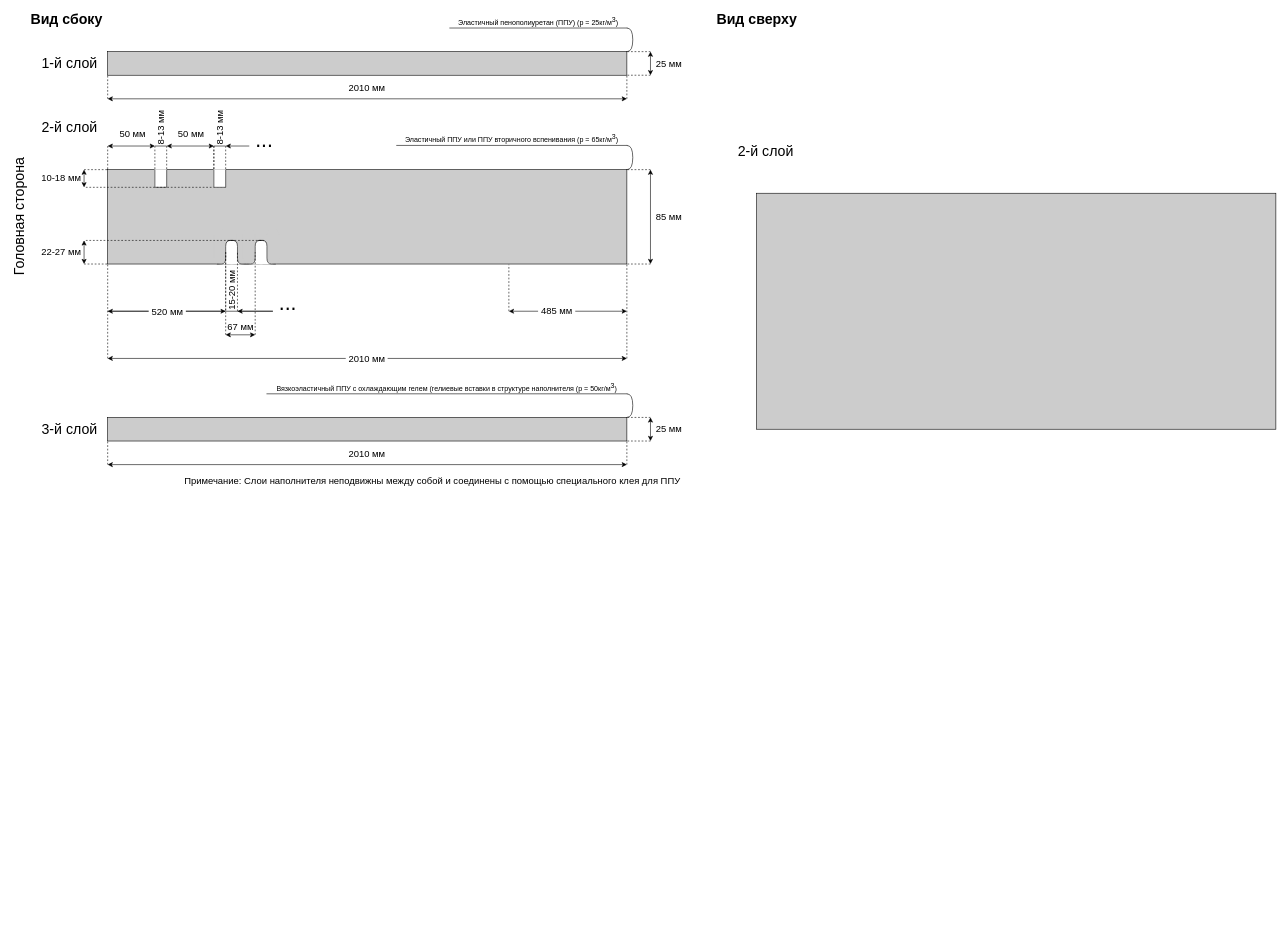
Earlier version of the draw.io diagram matras1.drawio (DMfananddu/Computing-Facilities-AIPCS). Source tidied: cells renumbered, new cells numbered last; positions are measured from the earlier drawing's top-left corner, leaving out a move shared by most shapes. Both pictures are drawn from the tidied source at 59%, with x=0, y=0 at pixel (-46, 10).
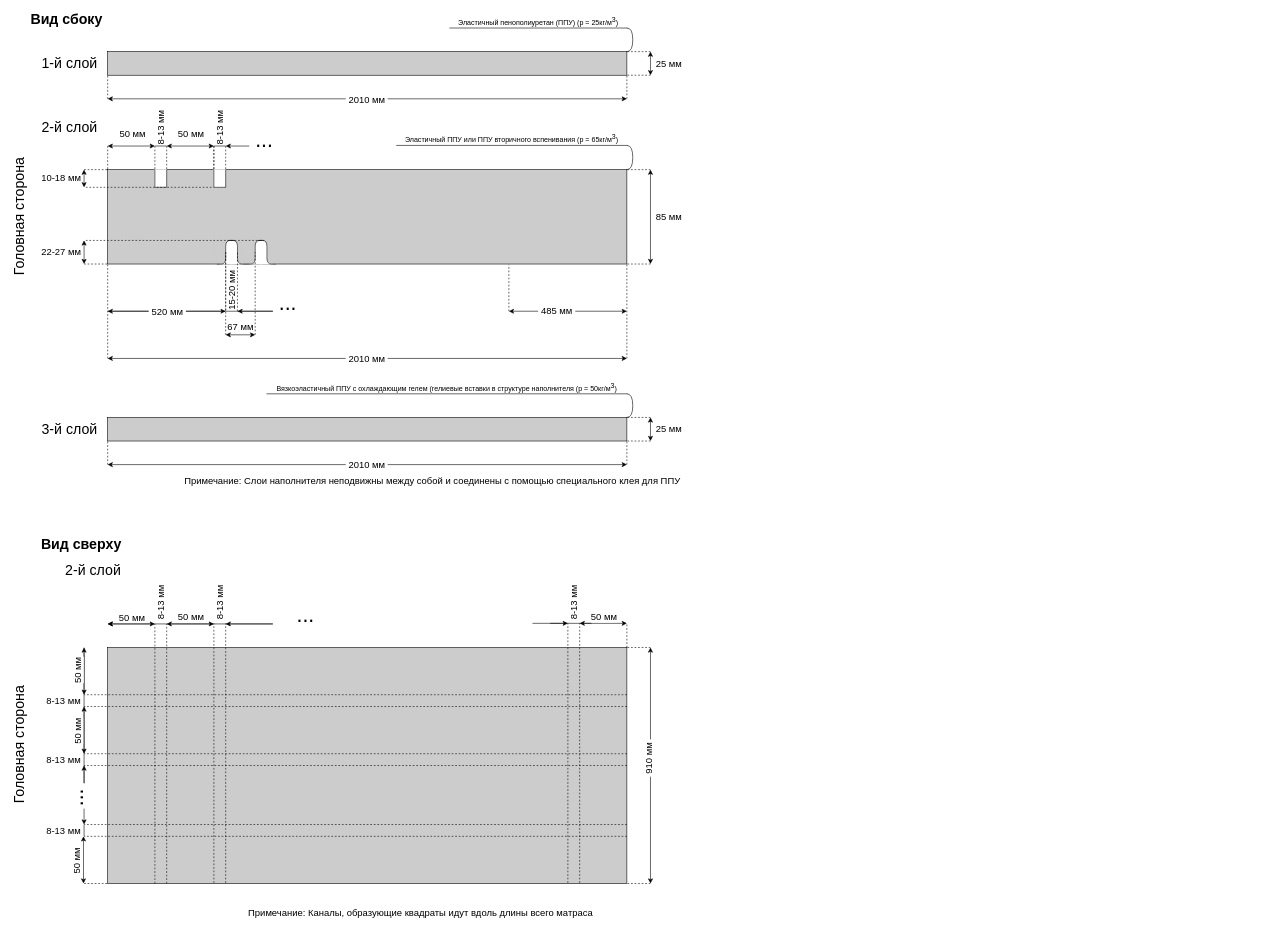
The same page after the edit.

The change refers to these unchanged cells:
```xml
<mxCell id="15" style="endArrow=classic;startArrow=classic;html=1;fontSize=12;" parent="1" edge="1">
  <mxGeometry relative="1" as="geometry">
    <mxPoint x="260" y="150" as="sourcePoint" />
    <mxPoint x="1140" y="150" as="targetPoint" />
  </mxGeometry>
</mxCell>
<mxCell id="97" style="endArrow=classic;startArrow=classic;html=1;fontSize=12;" parent="1" edge="1">
  <mxGeometry relative="1" as="geometry">
    <mxPoint x="260" y="770" as="sourcePoint" />
    <mxPoint x="1140" y="770" as="targetPoint" />
  </mxGeometry>
</mxCell>
```

Change to the diagram source:
```diff
@@
+    <mxCell id="100" style="rounded=0;whiteSpace=wrap;html=1;fillColor=#CCCCCC;fontSize=16;" parent="1" vertex="1">
+      <mxGeometry x="260" y="1080" width="880" height="400" as="geometry" />
+    </mxCell>
@@
-    <mxCell id="16" value="2010 мм" style="edgeLabel;html=1;align=center;verticalAlign=middle;fontSize=16;" parent="15" vertex="1">
+    <mxCell id="16" value="&amp;nbsp;2010 мм&amp;nbsp;" style="edgeLabel;html=1;align=center;verticalAlign=middle;fontSize=16;" parent="15" vertex="1">
       <mxGeometry x="-0.09" y="5" relative="1" as="geometry">
-        <mxPoint x="38.3" y="-15" as="offset" />
+        <mxPoint x="38.3" y="5" as="offset" />
       </mxGeometry>
     </mxCell>
@@
-    <mxCell id="98" value="2010 мм" style="edgeLabel;html=1;align=center;verticalAlign=middle;fontSize=16;" parent="97" vertex="1">
+    <mxCell id="98" value="&amp;nbsp;2010 мм&amp;nbsp;" style="edgeLabel;html=1;align=center;verticalAlign=middle;fontSize=16;" parent="97" vertex="1">
       <mxGeometry x="-0.09" y="5" relative="1" as="geometry">
-        <mxPoint x="38.3" y="-15" as="offset" />
+        <mxPoint x="38.3" y="5" as="offset" />
       </mxGeometry>
     </mxCell>
@@
-    <mxCell id="100" style="rounded=0;whiteSpace=wrap;html=1;fillColor=#CCCCCC;fontSize=16;" parent="1" vertex="1">
-      <mxGeometry x="1360" y="310" width="880" height="400" as="geometry" />
-    </mxCell>
     <mxCell id="101" value="&lt;font style=&quot;font-size: 24px&quot;&gt;2-й слой&lt;/font&gt;" style="text;html=1;align=center;verticalAlign=middle;fontSize=12;" parent="1" vertex="1">
-      <mxGeometry x="1320" y="229" width="110" height="20" as="geometry" />
+      <mxGeometry x="180" y="940" width="110" height="20" as="geometry" />
     </mxCell>
     <mxCell id="102" value="Вид сверху" style="text;html=1;align=center;verticalAlign=middle;fontSize=24;fontStyle=1;" parent="1" vertex="1">
-      <mxGeometry x="1285" width="150" height="30" as="geometry" />
+      <mxGeometry x="140" y="890" width="150" height="30" as="geometry" />
     </mxCell>
+    <mxCell id="103" style="endArrow=none;dashed=1;html=1;fillColor=#FFFFFF;fontSize=16;" parent="1" edge="1">
+      <mxGeometry relative="1" as="geometry">
+        <mxPoint x="340" y="1480" as="sourcePoint" />
+        <mxPoint x="340" y="1040" as="targetPoint" />
+      </mxGeometry>
+    </mxCell>
+    <mxCell id="104" style="endArrow=none;dashed=1;html=1;fillColor=#FFFFFF;fontSize=16;" parent="1" edge="1">
+      <mxGeometry relative="1" as="geometry">
+        <mxPoint x="360" y="1480" as="sourcePoint" />
+        <mxPoint x="360" y="1040" as="targetPoint" />
+      </mxGeometry>
+    </mxCell>
+    <mxCell id="105" style="endArrow=none;dashed=1;html=1;fillColor=#FFFFFF;fontSize=16;" parent="1" edge="1">
+      <mxGeometry relative="1" as="geometry">
+        <mxPoint x="1140" y="1160" as="sourcePoint" />
+        <mxPoint x="220" y="1160" as="targetPoint" />
+      </mxGeometry>
+    </mxCell>
+    <mxCell id="106" style="endArrow=none;dashed=1;html=1;fillColor=#FFFFFF;fontSize=16;" parent="1" edge="1">
+      <mxGeometry relative="1" as="geometry">
+        <mxPoint x="1140" y="1180" as="sourcePoint" />
+        <mxPoint x="220" y="1180" as="targetPoint" />
+      </mxGeometry>
+    </mxCell>
+    <mxCell id="107" style="endArrow=none;dashed=1;html=1;fillColor=#FFFFFF;fontSize=16;" parent="1" edge="1">
+      <mxGeometry relative="1" as="geometry">
+        <mxPoint x="1140" y="1260" as="sourcePoint" />
+        <mxPoint x="220" y="1260" as="targetPoint" />
+      </mxGeometry>
+    </mxCell>
+    <mxCell id="108" style="endArrow=none;dashed=1;html=1;fillColor=#FFFFFF;fontSize=16;" parent="1" edge="1">
+      <mxGeometry relative="1" as="geometry">
+        <mxPoint x="1140" y="1280" as="sourcePoint" />
+        <mxPoint x="220" y="1280" as="targetPoint" />
+      </mxGeometry>
+    </mxCell>
+    <mxCell id="109" style="endArrow=none;dashed=1;html=1;fillColor=#FFFFFF;fontSize=16;" parent="1" edge="1">
+      <mxGeometry relative="1" as="geometry">
+        <mxPoint x="440" y="1479" as="sourcePoint" />
+        <mxPoint x="440" y="1039" as="targetPoint" />
+      </mxGeometry>
+    </mxCell>
+    <mxCell id="110" style="endArrow=none;dashed=1;html=1;fillColor=#FFFFFF;fontSize=16;" parent="1" edge="1">
+      <mxGeometry relative="1" as="geometry">
+        <mxPoint x="460" y="1479" as="sourcePoint" />
+        <mxPoint x="460" y="1039" as="targetPoint" />
+      </mxGeometry>
+    </mxCell>
+    <mxCell id="111" value="..." style="text;html=1;align=center;verticalAlign=middle;fontSize=36;rotation=-90;" parent="1" vertex="1">
+      <mxGeometry x="180" y="1310" width="50" height="50" as="geometry" />
+    </mxCell>
+    <mxCell id="112" value="..." style="text;html=1;align=center;verticalAlign=middle;fontSize=36;rotation=0;" parent="1" vertex="1">
+      <mxGeometry x="570" y="999" width="50" height="50" as="geometry" />
+    </mxCell>
+    <mxCell id="113" style="endArrow=classic;startArrow=classic;html=1;fillColor=#FFFFFF;fontSize=36;" parent="1" edge="1">
+      <mxGeometry relative="1" as="geometry">
+        <mxPoint x="220" y="1260" as="sourcePoint" />
+        <mxPoint x="220" y="1180" as="targetPoint" />
+      </mxGeometry>
+    </mxCell>
+    <mxCell id="114" style="endArrow=none;startArrow=none;html=1;fillColor=#FFFFFF;fontSize=36;endFill=0;startFill=0;" parent="1" edge="1">
+      <mxGeometry relative="1" as="geometry">
+        <mxPoint x="220" y="1310" as="sourcePoint" />
+        <mxPoint x="220" y="1080" as="targetPoint" />
+      </mxGeometry>
+    </mxCell>
+    <mxCell id="115" style="endArrow=classic;startArrow=classic;html=1;fillColor=#FFFFFF;fontSize=36;" parent="1" edge="1">
+      <mxGeometry relative="1" as="geometry">
+        <mxPoint x="220" y="1160" as="sourcePoint" />
+        <mxPoint x="220" y="1080" as="targetPoint" />
+      </mxGeometry>
+    </mxCell>
+    <mxCell id="116" value="50 мм" style="edgeLabel;html=1;align=center;verticalAlign=middle;fontSize=16;rotation=-90;" parent="115" vertex="1">
+      <mxGeometry x="0.45" y="-1" relative="1" as="geometry">
+        <mxPoint x="-12" y="18" as="offset" />
+      </mxGeometry>
+    </mxCell>
+    <mxCell id="117" style="endArrow=classic;startArrow=none;html=1;fillColor=#FFFFFF;fontSize=36;endFill=1;startFill=0;" parent="1" edge="1">
+      <mxGeometry relative="1" as="geometry">
+        <mxPoint x="220" y="1310" as="sourcePoint" />
+        <mxPoint x="220" y="1280" as="targetPoint" />
+      </mxGeometry>
+    </mxCell>
+    <mxCell id="118" value="8-13 мм" style="text;html=1;align=center;verticalAlign=middle;fontSize=16;rotation=-90;" parent="1" vertex="1">
+      <mxGeometry x="315" y="994" width="70" height="20" as="geometry" />
+    </mxCell>
+    <mxCell id="119" value="8-13 мм" style="text;html=1;align=center;verticalAlign=middle;fontSize=16;rotation=0;" parent="1" vertex="1">
+      <mxGeometry x="150" y="1160" width="70" height="20" as="geometry" />
+    </mxCell>
+    <mxCell id="120" value="8-13 мм" style="text;html=1;align=center;verticalAlign=middle;fontSize=16;rotation=-90;" parent="1" vertex="1">
+      <mxGeometry x="415" y="994" width="70" height="20" as="geometry" />
+    </mxCell>
+    <mxCell id="121" value="8-13 мм" style="text;html=1;align=center;verticalAlign=middle;fontSize=16;rotation=0;" parent="1" vertex="1">
+      <mxGeometry x="150" y="1260" width="70" height="20" as="geometry" />
+    </mxCell>
+    <mxCell id="122" style="endArrow=classic;startArrow=classic;html=1;fillColor=#FFFFFF;fontSize=36;" parent="1" edge="1">
+      <mxGeometry relative="1" as="geometry">
+        <mxPoint x="440" y="1040" as="sourcePoint" />
+        <mxPoint x="360" y="1040" as="targetPoint" />
+      </mxGeometry>
+    </mxCell>
+    <mxCell id="123" style="endArrow=classic;startArrow=none;html=1;fillColor=#FFFFFF;fontSize=36;startFill=0;" parent="1" edge="1">
+      <mxGeometry relative="1" as="geometry">
+        <mxPoint x="540" y="1040" as="sourcePoint" />
+        <mxPoint x="260" y="1040" as="targetPoint" />
+      </mxGeometry>
+    </mxCell>
+    <mxCell id="124" style="endArrow=classic;startArrow=classic;html=1;fillColor=#FFFFFF;fontSize=36;" parent="1" edge="1">
+      <mxGeometry relative="1" as="geometry">
+        <mxPoint x="340" y="1040" as="sourcePoint" />
+        <mxPoint x="260" y="1040" as="targetPoint" />
+      </mxGeometry>
+    </mxCell>
+    <mxCell id="125" value="50 мм" style="edgeLabel;html=1;align=center;verticalAlign=middle;fontSize=16;" parent="124" vertex="1">
+      <mxGeometry x="0.37" y="-3" relative="1" as="geometry">
+        <mxPoint x="15" y="-9" as="offset" />
+      </mxGeometry>
+    </mxCell>
+    <mxCell id="126" style="endArrow=classic;startArrow=none;html=1;fillColor=#FFFFFF;fontSize=36;endFill=1;startFill=0;" parent="1" edge="1">
+      <mxGeometry relative="1" as="geometry">
+        <mxPoint x="540" y="1040" as="sourcePoint" />
+        <mxPoint x="460" y="1040" as="targetPoint" />
+      </mxGeometry>
+    </mxCell>
+    <mxCell id="127" value="50 мм" style="edgeLabel;html=1;align=center;verticalAlign=middle;fontSize=16;" parent="1" vertex="1">
+      <mxGeometry x="400" y="1027" as="geometry" />
+    </mxCell>
+    <mxCell id="128" value="50 мм" style="edgeLabel;html=1;align=center;verticalAlign=middle;fontSize=16;rotation=-90;" parent="1" vertex="1">
+      <mxGeometry x="208" y="1223" as="geometry" />
+    </mxCell>
+    <mxCell id="129" style="endArrow=classic;startArrow=classic;html=1;fillColor=#FFFFFF;fontSize=36;" parent="1" edge="1">
+      <mxGeometry relative="1" as="geometry">
+        <mxPoint x="219" y="1480" as="sourcePoint" />
+        <mxPoint x="219" y="1400" as="targetPoint" />
+      </mxGeometry>
+    </mxCell>
+    <mxCell id="130" value="50 мм" style="edgeLabel;html=1;align=center;verticalAlign=middle;fontSize=16;rotation=-90;" parent="1" vertex="1">
+      <mxGeometry x="207" y="1443" as="geometry" />
+    </mxCell>
+    <mxCell id="131" style="endArrow=none;dashed=1;html=1;fillColor=#FFFFFF;fontSize=16;" parent="1" edge="1">
+      <mxGeometry relative="1" as="geometry">
+        <mxPoint x="1140" y="1400" as="sourcePoint" />
+        <mxPoint x="220" y="1400" as="targetPoint" />
+      </mxGeometry>
+    </mxCell>
+    <mxCell id="132" style="endArrow=none;dashed=1;html=1;fillColor=#FFFFFF;fontSize=16;" parent="1" edge="1">
+      <mxGeometry relative="1" as="geometry">
+        <mxPoint x="220" y="1480" as="sourcePoint" />
+        <mxPoint x="260" y="1480" as="targetPoint" />
+      </mxGeometry>
+    </mxCell>
+    <mxCell id="133" style="endArrow=none;dashed=1;html=1;fillColor=#FFFFFF;fontSize=16;" parent="1" edge="1">
+      <mxGeometry relative="1" as="geometry">
+        <mxPoint x="1140" y="1380" as="sourcePoint" />
+        <mxPoint x="220" y="1380" as="targetPoint" />
+      </mxGeometry>
+    </mxCell>
+    <mxCell id="134" style="endArrow=none;startArrow=classic;html=1;fillColor=#FFFFFF;fontSize=16;endFill=0;" parent="1" edge="1">
+      <mxGeometry relative="1" as="geometry">
+        <mxPoint x="220" y="1380" as="sourcePoint" />
+        <mxPoint x="220" y="1353" as="targetPoint" />
+      </mxGeometry>
+    </mxCell>
+    <mxCell id="135" style="endArrow=none;html=1;fillColor=#FFFFFF;fontSize=16;" parent="1" edge="1">
+      <mxGeometry relative="1" as="geometry">
+        <mxPoint x="220" y="1400" as="sourcePoint" />
+        <mxPoint x="220" y="1380" as="targetPoint" />
+      </mxGeometry>
+    </mxCell>
+    <mxCell id="136" value="8-13 мм" style="text;html=1;align=center;verticalAlign=middle;fontSize=16;rotation=0;" parent="1" vertex="1">
+      <mxGeometry x="150" y="1380" width="70" height="20" as="geometry" />
+    </mxCell>
+    <mxCell id="137" style="endArrow=classic;startArrow=classic;html=1;fillColor=#FFFFFF;fontSize=36;" parent="1" edge="1">
+      <mxGeometry relative="1" as="geometry">
+        <mxPoint x="1140" y="1039" as="sourcePoint" />
+        <mxPoint x="1060" y="1039" as="targetPoint" />
+      </mxGeometry>
+    </mxCell>
+    <mxCell id="138" value="50 мм" style="edgeLabel;html=1;align=center;verticalAlign=middle;fontSize=16;" parent="137" vertex="1">
+      <mxGeometry x="0.37" y="-3" relative="1" as="geometry">
+        <mxPoint x="15" y="-9" as="offset" />
+      </mxGeometry>
+    </mxCell>
+    <mxCell id="139" style="endArrow=none;dashed=1;html=1;fillColor=#FFFFFF;fontSize=16;" parent="1" edge="1">
+      <mxGeometry relative="1" as="geometry">
+        <mxPoint x="1140" y="1080" as="sourcePoint" />
+        <mxPoint x="1140" y="1040" as="targetPoint" />
+      </mxGeometry>
+    </mxCell>
+    <mxCell id="140" style="endArrow=none;dashed=1;html=1;fillColor=#FFFFFF;fontSize=16;" parent="1" edge="1">
+      <mxGeometry relative="1" as="geometry">
+        <mxPoint x="1040" y="1479" as="sourcePoint" />
+        <mxPoint x="1040" y="1039" as="targetPoint" />
+      </mxGeometry>
+    </mxCell>
+    <mxCell id="141" style="endArrow=none;dashed=1;html=1;fillColor=#FFFFFF;fontSize=16;" parent="1" edge="1">
+      <mxGeometry relative="1" as="geometry">
+        <mxPoint x="1060" y="1479" as="sourcePoint" />
+        <mxPoint x="1060" y="1039" as="targetPoint" />
+      </mxGeometry>
+    </mxCell>
+    <mxCell id="142" style="endArrow=classic;startArrow=none;html=1;fillColor=#FFFFFF;fontSize=36;endFill=1;startFill=0;" parent="1" edge="1">
+      <mxGeometry relative="1" as="geometry">
+        <mxPoint x="980" y="1039" as="sourcePoint" />
+        <mxPoint x="1040" y="1039" as="targetPoint" />
+      </mxGeometry>
+    </mxCell>
+    <mxCell id="143" style="endArrow=none;html=1;fillColor=#FFFFFF;fontSize=16;" parent="1" edge="1">
+      <mxGeometry relative="1" as="geometry">
+        <mxPoint x="1010" y="1039" as="sourcePoint" />
+        <mxPoint x="1080" y="1039" as="targetPoint" />
+      </mxGeometry>
+    </mxCell>
+    <mxCell id="144" value="8-13 мм" style="text;html=1;align=center;verticalAlign=middle;fontSize=16;rotation=-90;" parent="1" vertex="1">
+      <mxGeometry x="1015" y="994" width="70" height="20" as="geometry" />
+    </mxCell>
+    <mxCell id="145" style="endArrow=none;dashed=1;html=1;fillColor=#FFFFFF;fontSize=16;entryX=1;entryY=0;entryDx=0;entryDy=0;" parent="1" edge="1" target="100">
+      <mxGeometry relative="1" as="geometry">
+        <mxPoint x="1180" y="1080" as="sourcePoint" />
+      </mxGeometry>
+    </mxCell>
+    <mxCell id="146" style="endArrow=none;dashed=1;html=1;fillColor=#FFFFFF;fontSize=16;entryX=1;entryY=1;entryDx=0;entryDy=0;" parent="1" edge="1" target="100">
+      <mxGeometry relative="1" as="geometry">
+        <mxPoint x="1180" y="1480" as="sourcePoint" />
+      </mxGeometry>
+    </mxCell>
+    <mxCell id="147" style="endArrow=classic;startArrow=classic;html=1;fillColor=#FFFFFF;fontSize=16;" parent="1" edge="1">
+      <mxGeometry relative="1" as="geometry">
+        <mxPoint x="1180" y="1480" as="sourcePoint" />
+        <mxPoint x="1180" y="1080" as="targetPoint" />
+      </mxGeometry>
+    </mxCell>
+    <mxCell id="148" value="&amp;nbsp;910 мм&amp;nbsp;" style="edgeLabel;html=1;align=center;verticalAlign=middle;fontSize=16;rotation=-90;" parent="147" vertex="1">
+      <mxGeometry x="0.18" y="4" relative="1" as="geometry">
+        <mxPoint y="25.3" as="offset" />
+      </mxGeometry>
+    </mxCell>
+    <mxCell id="149" value="&lt;font style=&quot;font-size: 16px&quot;&gt;Примечание: Каналы, образующие квадраты идут вдоль длины всего матраса&lt;/font&gt;" style="text;html=1;align=center;verticalAlign=middle;fontSize=16;" parent="1" vertex="1">
+      <mxGeometry x="490" y="1520" width="600" height="20" as="geometry" />
+    </mxCell>
+    <mxCell id="150" value="&lt;font style=&quot;font-size: 24px&quot;&gt;Головная сторона&lt;/font&gt;" style="text;html=1;align=center;verticalAlign=middle;fontSize=16;rotation=-90;" parent="1" vertex="1">
+      <mxGeometry y="1230" width="220" height="30" as="geometry" />
+    </mxCell>
```
